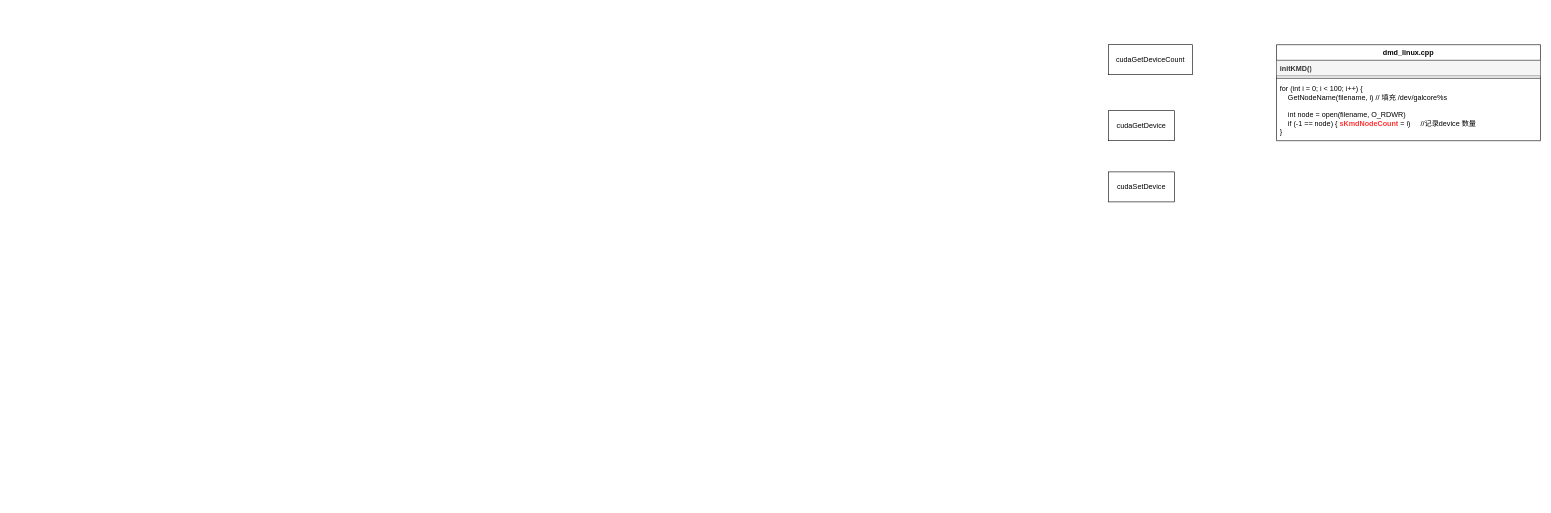
evolution124/mydiagram keeps this draw.io diagram as device_count.drawio. Above is the earlier version. Source tidied: cells renumbered, new cells numbered last; positions are measured from the earlier drawing's top-left corner, leaving out a move shared by most shapes. Both pictures are drawn from the tidied source at 60%, with x=0, y=0 at pixel (1108, 44).
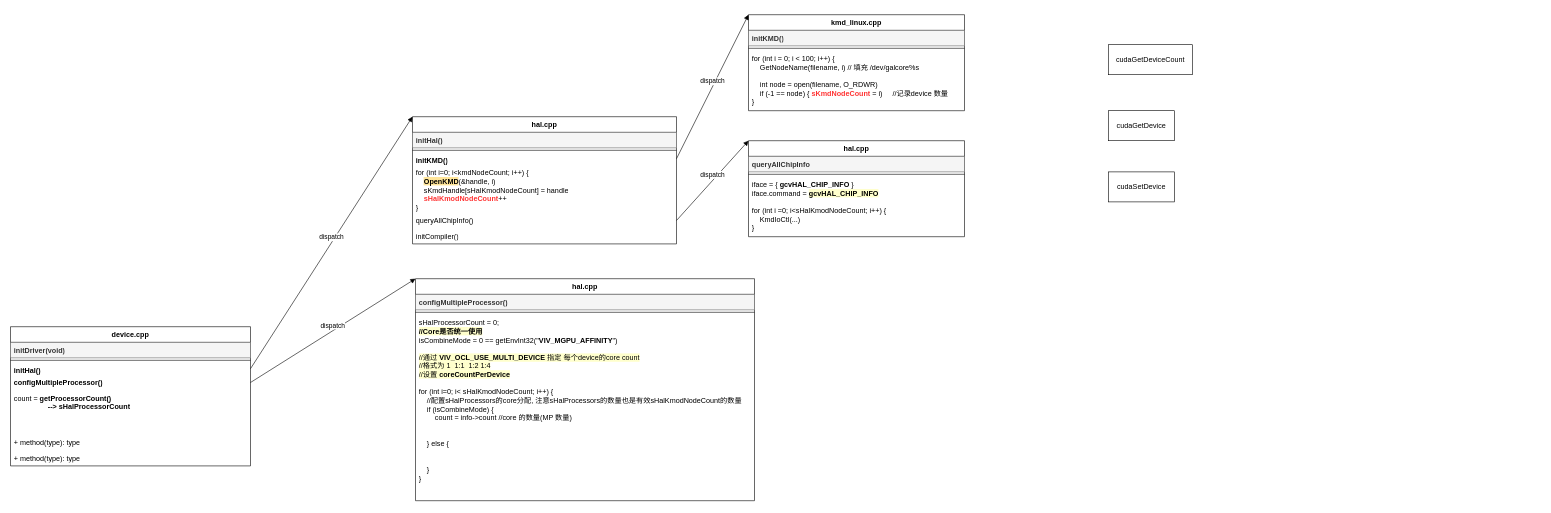
After the change.

Change to the diagram source:
```diff
@@
-    <mxCell id="2" value="dmd_linux.cpp" style="swimlane;fontStyle=1;align=center;verticalAlign=top;horizontal=1;startSize=26;whiteSpace=wrap;html=1;" parent="1" vertex="1">
-      <mxGeometry x="280" width="440" height="160" as="geometry" />
+    <mxCell id="2" value="hal.cpp" style="swimlane;fontStyle=1;align=center;verticalAlign=top;horizontal=1;startSize=26;whiteSpace=wrap;html=1;" parent="1" vertex="1">
+      <mxGeometry x="-1160" y="120" width="440" height="212" as="geometry" />
     </mxCell>
-    <mxCell id="3" value="&lt;b&gt;initKMD()&lt;/b&gt;" style="text;strokeColor=#666666;fillColor=#f5f5f5;align=left;verticalAlign=top;spacingLeft=4;spacingRight=4;overflow=hidden;whiteSpace=wrap;html=1;fontColor=#333333;" parent="2" vertex="1">
+    <mxCell id="3" value="&lt;b&gt;initHal()&lt;/b&gt;" style="text;strokeColor=#666666;fillColor=#f5f5f5;align=left;verticalAlign=top;spacingLeft=4;spacingRight=4;overflow=hidden;whiteSpace=wrap;html=1;fontColor=#333333;" parent="2" vertex="1">
       <mxGeometry y="26" width="440" height="26" as="geometry" />
     </mxCell>
@@
-    <mxCell id="5" value="for (int i = 0; i &amp;lt; 100; i++) {&lt;div&gt;&amp;nbsp; &amp;nbsp; GetNodeName(filename, i) // 填充 /dev/galcore%s&lt;/div&gt;&lt;div&gt;&lt;br&gt;&lt;/div&gt;&lt;div&gt;&amp;nbsp; &amp;nbsp; int node = open(filename, O_RDWR)&lt;/div&gt;&lt;div&gt;&amp;nbsp; &amp;nbsp; if (-1 == node) { &lt;font color=&quot;#ff3333&quot;&gt;&lt;b&gt;sKmdNodeCount &lt;/b&gt;&lt;/font&gt;= i)&amp;nbsp; &amp;nbsp; &amp;nbsp;//记录device 数量&lt;/div&gt;&lt;div&gt;}&lt;/div&gt;&lt;div&gt;&lt;br&gt;&lt;/div&gt;&lt;div&gt;&lt;br&gt;&lt;/div&gt;" style="text;strokeColor=none;fillColor=none;align=left;verticalAlign=top;spacingLeft=4;spacingRight=4;overflow=hidden;points=[[0,0.5],[1,0.5]];portConstraint=eastwest;whiteSpace=wrap;html=1;" parent="2" vertex="1">
-      <mxGeometry y="60" width="440" height="100" as="geometry" />
+    <mxCell id="5" value="&lt;div&gt;&lt;b&gt;initKMD()&lt;/b&gt;&lt;/div&gt;" style="text;strokeColor=none;fillColor=none;align=left;verticalAlign=top;spacingLeft=4;spacingRight=4;overflow=hidden;points=[[0,0.5],[1,0.5]];portConstraint=eastwest;whiteSpace=wrap;html=1;" parent="2" vertex="1">
+      <mxGeometry y="60" width="440" height="20" as="geometry" />
     </mxCell>
+    <mxCell id="9" value="for (int i=0; i&amp;lt;kmdNodeCount; i++) {&lt;div&gt;&amp;nbsp; &amp;nbsp; &lt;b style=&quot;background-color: rgb(255, 229, 153);&quot;&gt;OpenKMD&lt;/b&gt;(&amp;amp;handle, i)&lt;/div&gt;&lt;div&gt;&amp;nbsp; &amp;nbsp; sKmdHandle[sHalKmodNodeCount] = handle&lt;/div&gt;&lt;div&gt;&amp;nbsp; &amp;nbsp; &lt;font color=&quot;#ff3333&quot;&gt;&lt;b&gt;sHalKmodNodeCount&lt;/b&gt;&lt;/font&gt;++&lt;/div&gt;&lt;div&gt;}&lt;/div&gt;" style="text;strokeColor=none;fillColor=none;align=left;verticalAlign=top;spacingLeft=4;spacingRight=4;overflow=hidden;whiteSpace=wrap;html=1;" parent="2" vertex="1">
+      <mxGeometry y="80" width="440" height="80" as="geometry" />
+    </mxCell>
+    <mxCell id="10" value="queryAllChipInfo()" style="text;strokeColor=none;fillColor=none;align=left;verticalAlign=top;spacingLeft=4;spacingRight=4;overflow=hidden;points=[[0,0.5],[1,0.5]];portConstraint=eastwest;whiteSpace=wrap;html=1;" parent="2" vertex="1">
+      <mxGeometry y="160" width="440" height="26" as="geometry" />
+    </mxCell>
+    <mxCell id="11" value="initCompiler()" style="text;strokeColor=none;fillColor=none;align=left;verticalAlign=top;spacingLeft=4;spacingRight=4;overflow=hidden;whiteSpace=wrap;html=1;" parent="2" vertex="1">
+      <mxGeometry y="186" width="440" height="26" as="geometry" />
+    </mxCell>
@@
+    <mxCell id="12" value="kmd_linux.cpp" style="swimlane;fontStyle=1;align=center;verticalAlign=top;horizontal=1;startSize=26;whiteSpace=wrap;html=1;" parent="1" vertex="1">
+      <mxGeometry x="-600" y="-50" width="360" height="160" as="geometry" />
+    </mxCell>
+    <mxCell id="13" value="&lt;b&gt;initKMD()&lt;/b&gt;" style="text;strokeColor=#666666;fillColor=#f5f5f5;align=left;verticalAlign=top;spacingLeft=4;spacingRight=4;overflow=hidden;whiteSpace=wrap;html=1;fontColor=#333333;" parent="12" vertex="1">
+      <mxGeometry y="26" width="360" height="26" as="geometry" />
+    </mxCell>
+    <mxCell id="14" style="line;strokeWidth=1;fillColor=none;align=left;verticalAlign=middle;spacingTop=-1;spacingLeft=3;spacingRight=3;labelPosition=right;strokeColor=inherit;" parent="12" vertex="1">
+      <mxGeometry y="52" width="360" height="8" as="geometry" />
+    </mxCell>
+    <mxCell id="15" value="for (int i = 0; i &amp;lt; 100; i++) {&lt;div&gt;&amp;nbsp; &amp;nbsp; GetNodeName(filename, i) // 填充 /dev/galcore%s&lt;/div&gt;&lt;div&gt;&lt;br&gt;&lt;/div&gt;&lt;div&gt;&amp;nbsp; &amp;nbsp; int node = open(filename, O_RDWR)&lt;/div&gt;&lt;div&gt;&amp;nbsp; &amp;nbsp; if (-1 == node) { &lt;font color=&quot;#ff3333&quot;&gt;&lt;b&gt;sKmdNodeCount &lt;/b&gt;&lt;/font&gt;= i)&amp;nbsp; &amp;nbsp; &amp;nbsp;//记录device 数量&lt;/div&gt;&lt;div&gt;}&lt;/div&gt;&lt;div&gt;&lt;br&gt;&lt;/div&gt;&lt;div&gt;&lt;br&gt;&lt;/div&gt;" style="text;strokeColor=none;fillColor=none;align=left;verticalAlign=top;spacingLeft=4;spacingRight=4;overflow=hidden;whiteSpace=wrap;html=1;" parent="12" vertex="1">
+      <mxGeometry y="60" width="360" height="100" as="geometry" />
+    </mxCell>
+    <mxCell id="16" value="dispatch" style="html=1;verticalAlign=bottom;endArrow=block;curved=0;rounded=0;exitX=1;exitY=0.5;exitDx=0;exitDy=0;entryX=0;entryY=0;entryDx=0;entryDy=0;" parent="1" edge="1" source="5" target="12">
+      <mxGeometry relative="1" as="geometry" />
+    </mxCell>
+    <mxCell id="17" value="hal.cpp" style="swimlane;fontStyle=1;align=center;verticalAlign=top;horizontal=1;startSize=26;whiteSpace=wrap;html=1;" parent="1" vertex="1">
+      <mxGeometry x="-600" y="160" width="360" height="160" as="geometry" />
+    </mxCell>
+    <mxCell id="18" value="&lt;b&gt;queryAllChipInfo&lt;/b&gt;" style="text;strokeColor=#666666;fillColor=#f5f5f5;align=left;verticalAlign=top;spacingLeft=4;spacingRight=4;overflow=hidden;whiteSpace=wrap;html=1;fontColor=#333333;" parent="17" vertex="1">
+      <mxGeometry y="26" width="360" height="26" as="geometry" />
+    </mxCell>
+    <mxCell id="19" style="line;strokeWidth=1;fillColor=none;align=left;verticalAlign=middle;spacingTop=-1;spacingLeft=3;spacingRight=3;labelPosition=right;strokeColor=inherit;" parent="17" vertex="1">
+      <mxGeometry y="52" width="360" height="8" as="geometry" />
+    </mxCell>
+    <mxCell id="20" value="iface = { &lt;b&gt;gcvHAL_CHIP_INFO&lt;/b&gt; }&lt;div&gt;iface.command = &lt;b style=&quot;background-color: rgb(255, 255, 204);&quot;&gt;gcvHAL_CHIP_INFO&lt;/b&gt;&lt;/div&gt;&lt;div&gt;&lt;br&gt;&lt;/div&gt;&lt;div&gt;for (int i =0; i&amp;lt;sHalKmodNodeCount; i++) {&lt;/div&gt;&lt;div&gt;&amp;nbsp; &amp;nbsp; KmdIoCtl(...)&lt;/div&gt;&lt;div&gt;}&lt;/div&gt;" style="text;strokeColor=none;fillColor=none;align=left;verticalAlign=top;spacingLeft=4;spacingRight=4;overflow=hidden;whiteSpace=wrap;html=1;" parent="17" vertex="1">
+      <mxGeometry y="60" width="360" height="100" as="geometry" />
+    </mxCell>
+    <mxCell id="21" value="dispatch" style="html=1;verticalAlign=bottom;endArrow=block;curved=0;rounded=0;exitX=1;exitY=0.5;exitDx=0;exitDy=0;entryX=0;entryY=0;entryDx=0;entryDy=0;" parent="1" edge="1" source="10" target="17">
+      <mxGeometry relative="1" as="geometry" />
+    </mxCell>
+    <mxCell id="22" value="device.cpp" style="swimlane;fontStyle=1;align=center;verticalAlign=top;horizontal=1;startSize=26;whiteSpace=wrap;html=1;" parent="1" vertex="1">
+      <mxGeometry x="-1830" y="470" width="400" height="232" as="geometry" />
+    </mxCell>
+    <mxCell id="23" value="&lt;b&gt;initDriver(void)&lt;/b&gt;" style="text;strokeColor=#666666;fillColor=#f5f5f5;align=left;verticalAlign=top;spacingLeft=4;spacingRight=4;overflow=hidden;whiteSpace=wrap;html=1;fontColor=#333333;" parent="22" vertex="1">
+      <mxGeometry y="26" width="400" height="26" as="geometry" />
+    </mxCell>
+    <mxCell id="24" style="line;strokeWidth=1;fillColor=none;align=left;verticalAlign=middle;spacingTop=-1;spacingLeft=3;spacingRight=3;labelPosition=right;strokeColor=inherit;" parent="22" vertex="1">
+      <mxGeometry y="52" width="400" height="8" as="geometry" />
+    </mxCell>
+    <mxCell id="25" value="&lt;b&gt;initHal()&lt;/b&gt;" style="text;strokeColor=none;fillColor=none;align=left;verticalAlign=top;spacingLeft=4;spacingRight=4;overflow=hidden;points=[[0,0.5],[1,0.5]];portConstraint=eastwest;whiteSpace=wrap;html=1;" parent="22" vertex="1">
+      <mxGeometry y="60" width="400" height="20" as="geometry" />
+    </mxCell>
+    <mxCell id="26" value="&lt;b&gt;configMultipleProcessor()&lt;/b&gt;" style="text;strokeColor=none;fillColor=none;align=left;verticalAlign=top;spacingLeft=4;spacingRight=4;overflow=hidden;points=[[0,0.5],[1,0.5]];portConstraint=eastwest;whiteSpace=wrap;html=1;" parent="22" vertex="1">
+      <mxGeometry y="80" width="400" height="26" as="geometry" />
+    </mxCell>
+    <mxCell id="27" value="count = &lt;b&gt;getProcessorCount()&lt;/b&gt;&lt;div&gt;&lt;b&gt;&amp;nbsp; &amp;nbsp; &amp;nbsp; &amp;nbsp; &amp;nbsp; &amp;nbsp; &amp;nbsp; &amp;nbsp; &amp;nbsp;--&amp;gt; sHalProcessorCount&lt;/b&gt;&lt;/div&gt;" style="text;strokeColor=none;fillColor=none;align=left;verticalAlign=top;spacingLeft=4;spacingRight=4;overflow=hidden;whiteSpace=wrap;html=1;" parent="22" vertex="1">
+      <mxGeometry y="106" width="400" height="74" as="geometry" />
+    </mxCell>
+    <mxCell id="28" value="+ method(type): type" style="text;strokeColor=none;fillColor=none;align=left;verticalAlign=top;spacingLeft=4;spacingRight=4;overflow=hidden;whiteSpace=wrap;html=1;" parent="22" vertex="1">
+      <mxGeometry y="180" width="400" height="26" as="geometry" />
+    </mxCell>
+    <mxCell id="29" value="+ method(type): type" style="text;strokeColor=none;fillColor=none;align=left;verticalAlign=top;spacingLeft=4;spacingRight=4;overflow=hidden;whiteSpace=wrap;html=1;" parent="22" vertex="1">
+      <mxGeometry y="206" width="400" height="26" as="geometry" />
+    </mxCell>
+    <mxCell id="30" value="dispatch" style="html=1;verticalAlign=bottom;endArrow=block;curved=0;rounded=0;exitX=1;exitY=0.5;exitDx=0;exitDy=0;entryX=0;entryY=0;entryDx=0;entryDy=0;" parent="1" edge="1" source="25" target="2">
+      <mxGeometry relative="1" as="geometry" />
+    </mxCell>
+    <mxCell id="31" value="hal.cpp" style="swimlane;fontStyle=1;align=center;verticalAlign=top;horizontal=1;startSize=26;whiteSpace=wrap;html=1;" parent="1" vertex="1">
+      <mxGeometry x="-1155" y="390" width="565" height="370" as="geometry" />
+    </mxCell>
+    <mxCell id="32" value="&lt;b&gt;configMultipleProcessor()&lt;/b&gt;" style="text;strokeColor=#666666;fillColor=#f5f5f5;align=left;verticalAlign=top;spacingLeft=4;spacingRight=4;overflow=hidden;whiteSpace=wrap;html=1;fontColor=#333333;" parent="31" vertex="1">
+      <mxGeometry y="26" width="565" height="26" as="geometry" />
+    </mxCell>
+    <mxCell id="33" style="line;strokeWidth=1;fillColor=none;align=left;verticalAlign=middle;spacingTop=-1;spacingLeft=3;spacingRight=3;labelPosition=right;strokeColor=inherit;" parent="31" vertex="1">
+      <mxGeometry y="52" width="565" height="8" as="geometry" />
+    </mxCell>
+    <mxCell id="34" value="sHalProcessorCount = 0;&lt;div&gt;&lt;b style=&quot;background-color: rgb(255, 255, 204);&quot;&gt;//Core是否统一使用&lt;/b&gt;&lt;/div&gt;&lt;div&gt;isCombineMode = 0 == getEnvInt32(&quot;&lt;b&gt;VIV_MGPU_AFFINITY&lt;/b&gt;&quot;)&lt;/div&gt;&lt;div&gt;&lt;br&gt;&lt;/div&gt;&lt;div&gt;&lt;span style=&quot;background-color: rgb(255, 255, 204);&quot;&gt;//通过 &lt;b&gt;VIV_OCL_USE_MULTI_DEVICE &lt;/b&gt;指定 每个device的core count&lt;/span&gt;&lt;/div&gt;&lt;div&gt;&lt;span style=&quot;background-color: rgb(255, 255, 204);&quot;&gt;//格式为 1&amp;nbsp; 1:1&amp;nbsp; 1:2 1:4&lt;/span&gt;&lt;/div&gt;&lt;div&gt;&lt;span style=&quot;background-color: rgb(255, 255, 204);&quot;&gt;//设置 &lt;b&gt;coreCountPerDevice&lt;/b&gt;&lt;/span&gt;&lt;/div&gt;&lt;div&gt;&lt;br&gt;&lt;/div&gt;&lt;div&gt;for (int i=0; i&amp;lt; sHalKmodNodeCount; i++) {&lt;/div&gt;&lt;div&gt;&amp;nbsp; &amp;nbsp; //配置sHalProcessors的core分配, 注意sHalProcessors的数量也是有效sHalKmodNodeCount的数量&lt;/div&gt;&lt;div&gt;&amp;nbsp; &amp;nbsp; if (isCombineMode) {&lt;/div&gt;&lt;div&gt;&amp;nbsp; &amp;nbsp; &amp;nbsp; &amp;nbsp; count = info-&amp;gt;count //core 的数量(MP 数量)&lt;/div&gt;&lt;div&gt;&amp;nbsp; &amp;nbsp; &amp;nbsp; &amp;nbsp;&amp;nbsp;&lt;/div&gt;&lt;div&gt;&lt;br&gt;&lt;/div&gt;&lt;div&gt;&amp;nbsp; &amp;nbsp; } else {&lt;/div&gt;&lt;div&gt;&lt;br&gt;&lt;/div&gt;&lt;div&gt;&lt;br&gt;&lt;/div&gt;&lt;div&gt;&amp;nbsp; &amp;nbsp; }&lt;/div&gt;&lt;div&gt;}&lt;/div&gt;&lt;div&gt;&lt;br&gt;&lt;/div&gt;&lt;div&gt;&lt;br&gt;&lt;div&gt;&lt;br&gt;&lt;/div&gt;&lt;div&gt;&lt;br&gt;&lt;/div&gt;&lt;/div&gt;" style="text;strokeColor=none;fillColor=none;align=left;verticalAlign=top;spacingLeft=4;spacingRight=4;overflow=hidden;whiteSpace=wrap;html=1;" parent="31" vertex="1">
+      <mxGeometry y="60" width="565" height="310" as="geometry" />
+    </mxCell>
+    <mxCell id="35" value="dispatch" style="html=1;verticalAlign=bottom;endArrow=block;curved=0;rounded=0;entryX=0;entryY=0;entryDx=0;entryDy=0;exitX=1;exitY=0.5;exitDx=0;exitDy=0;" parent="1" edge="1" source="26" target="31">
+      <mxGeometry relative="1" as="geometry" />
+    </mxCell>
```
